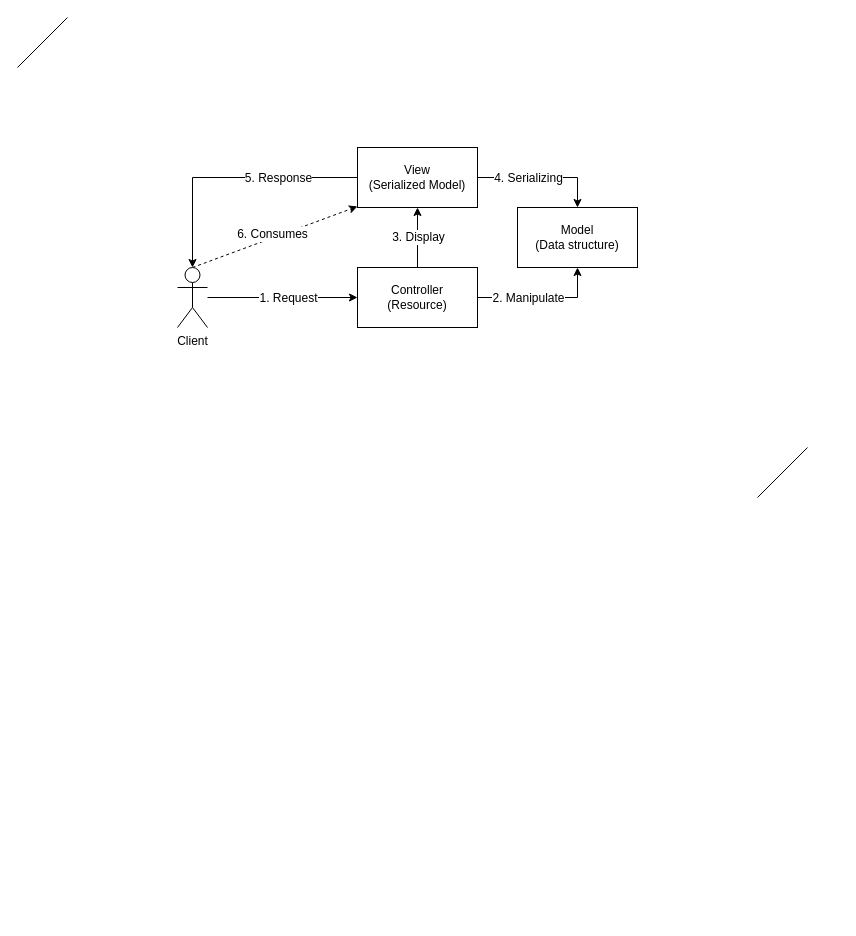
Above: page "Web APIs" (1 of 5) of Diagrams/MVC, View Model, Web API, and DTO.drawio in PacktPublishing/Architecting-ASP.NET-Core-Applications-3E (draw.io), before the change. Source tidied: cells renumbered, new cells numbered last; positions are measured from the earlier drawing's top-left corner, leaving out a move shared by most shapes. Both pictures are drawn from the tidied source at 100%, with x=0, y=0 at pixel (17, 17).
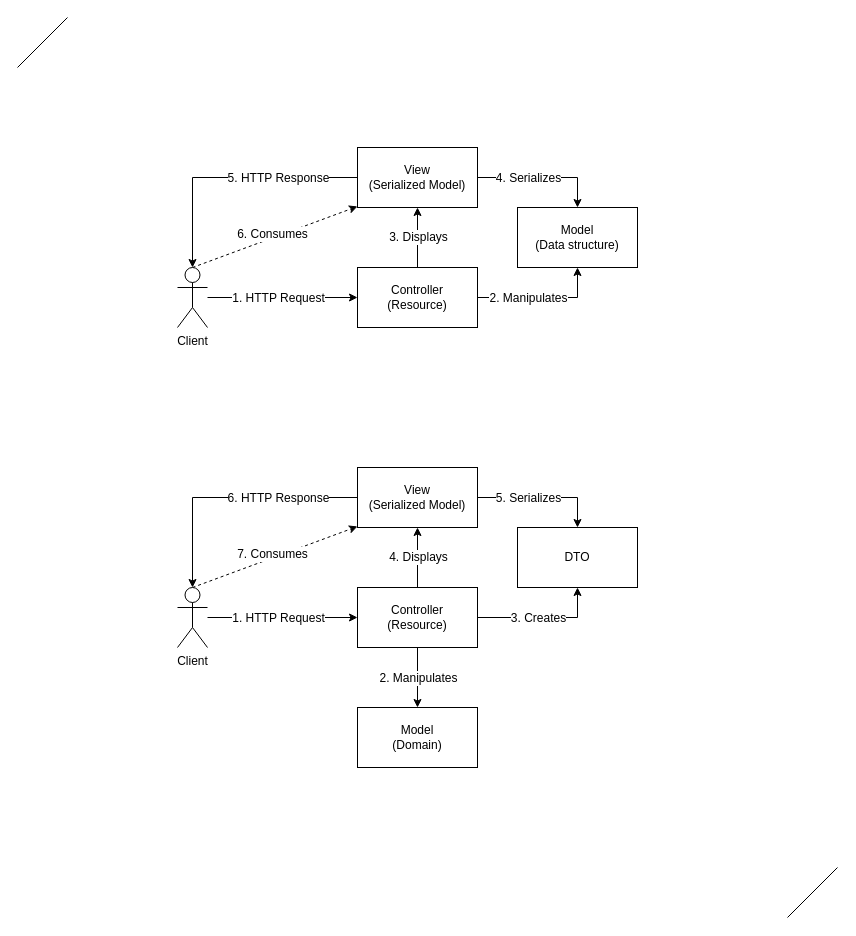
The same diagram, later.

Commit message (it also covers changes not shown here):
Update Web API diagrams

The change refers to these unchanged cells:
```xml
<mxCell id="3" style="edgeStyle=orthogonalEdgeStyle;rounded=0;html=1;jettySize=auto;" parent="1" edge="1" source="7" target="17">
  <mxGeometry relative="1" as="geometry" />
</mxCell>
<mxCell id="5" style="edgeStyle=orthogonalEdgeStyle;rounded=0;html=1;entryX=0.5;entryY=1;jettySize=auto;" parent="1" edge="1" source="7" target="2">
  <mxGeometry relative="1" as="geometry" />
</mxCell>
<mxCell id="8" style="edgeStyle=orthogonalEdgeStyle;rounded=0;html=1;jettySize=auto;" parent="1" edge="1" source="12" target="7">
  <mxGeometry relative="1" as="geometry" />
</mxCell>
<mxCell id="13" style="edgeStyle=orthogonalEdgeStyle;rounded=0;html=1;entryX=0.5;entryY=0;entryPerimeter=0;jettySize=auto;" parent="1" edge="1" source="17" target="12">
  <mxGeometry relative="1" as="geometry" />
</mxCell>
<mxCell id="15" style="edgeStyle=orthogonalEdgeStyle;rounded=0;html=1;entryX=0.5;entryY=0;jettySize=auto;" parent="1" edge="1" source="17" target="2">
  <mxGeometry relative="1" as="geometry" />
</mxCell>
```

The edit, as a diff of the source:
```diff
@@
-    <mxCell id="4" value="3. Display" style="text;html=1;align=center;verticalAlign=middle;labelBackgroundColor=default;fontColor=default;" parent="3" vertex="1">
+    <mxCell id="4" value="3. Displays" style="text;html=1;align=center;verticalAlign=middle;labelBackgroundColor=default;fontColor=default;" parent="3" vertex="1">
       <mxGeometry x="-0.15" relative="1" as="geometry">
         <mxPoint y="-4.5" as="offset" />
       </mxGeometry>
     </mxCell>
@@
-    <mxCell id="6" value="2. Manipulate" style="text;html=1;align=center;verticalAlign=middle;labelBackgroundColor=default;fontColor=default;" parent="5" vertex="1">
+    <mxCell id="6" value="2. Manipulates" style="text;html=1;align=center;verticalAlign=middle;labelBackgroundColor=default;fontColor=default;" parent="5" vertex="1">
       <mxGeometry x="0.08" y="-2" relative="1" as="geometry">
         <mxPoint x="-20" y="-2" as="offset" />
       </mxGeometry>
     </mxCell>
@@
-    <mxCell id="9" value="1. Request" style="text;html=1;align=center;verticalAlign=middle;labelBackgroundColor=default;fontColor=default;" parent="8" vertex="1">
+    <mxCell id="9" value="1. HTTP Request" style="text;html=1;align=center;verticalAlign=middle;labelBackgroundColor=default;fontColor=default;" parent="8" vertex="1">
       <mxGeometry x="-0.13" y="-1" relative="1" as="geometry">
-        <mxPoint x="15" y="-1" as="offset" />
+        <mxPoint x="5" y="-1" as="offset" />
       </mxGeometry>
     </mxCell>
@@
-    <mxCell id="14" value="5. Response" style="text;html=1;align=center;verticalAlign=middle;labelBackgroundColor=default;fontColor=default;" parent="13" vertex="1">
+    <mxCell id="14" value="5. HTTP Response" style="text;html=1;align=center;verticalAlign=middle;labelBackgroundColor=default;fontColor=default;" parent="13" vertex="1">
       <mxGeometry x="0.08" y="2" relative="1" as="geometry">
         <mxPoint x="58" y="-2" as="offset" />
       </mxGeometry>
     </mxCell>
@@
-    <mxCell id="16" value="4. Serializing" style="text;html=1;align=center;verticalAlign=middle;labelBackgroundColor=default;fontColor=default;" parent="15" vertex="1">
+    <mxCell id="16" value="4. Serializes" style="text;html=1;align=center;verticalAlign=middle;labelBackgroundColor=default;fontColor=default;" parent="15" vertex="1">
       <mxGeometry x="-0.46" y="-1" relative="1" as="geometry">
         <mxPoint x="15" y="-1" as="offset" />
       </mxGeometry>
     </mxCell>
@@
     <mxCell id="19" style="endArrow=none;html=1;fontColor=default;" parent="1" edge="1">
       <mxGeometry relative="1" as="geometry">
-        <mxPoint x="740" y="480" as="sourcePoint" />
-        <mxPoint x="790" y="430" as="targetPoint" />
+        <mxPoint x="770" y="900" as="sourcePoint" />
+        <mxPoint x="820" y="850" as="targetPoint" />
       </mxGeometry>
     </mxCell>
+    <mxCell id="20" value="DTO&lt;br&gt;" style="rounded=0;whiteSpace=wrap;html=1;" parent="1" vertex="1">
+      <mxGeometry x="500" y="510" width="120" height="60" as="geometry" />
+    </mxCell>
+    <mxCell id="21" style="edgeStyle=orthogonalEdgeStyle;rounded=0;html=1;jettySize=auto;fontColor=default;labelBackgroundColor=default;" parent="1" edge="1" source="27" target="37">
+      <mxGeometry relative="1" as="geometry" />
+    </mxCell>
+    <mxCell id="22" value="4. Displays" style="text;html=1;align=center;verticalAlign=middle;labelBackgroundColor=default;fontColor=default;" parent="21" vertex="1">
+      <mxGeometry x="-0.15" relative="1" as="geometry">
+        <mxPoint y="-4.5" as="offset" />
+      </mxGeometry>
+    </mxCell>
+    <mxCell id="23" style="edgeStyle=orthogonalEdgeStyle;rounded=0;html=1;entryX=0.5;entryY=1;jettySize=auto;fontColor=default;labelBackgroundColor=default;" parent="1" edge="1" source="27" target="20">
+      <mxGeometry relative="1" as="geometry" />
+    </mxCell>
+    <mxCell id="24" value="3. Creates" style="text;html=1;align=center;verticalAlign=middle;labelBackgroundColor=default;fontColor=default;" parent="23" vertex="1">
+      <mxGeometry x="0.08" y="-2" relative="1" as="geometry">
+        <mxPoint x="-10" y="-2" as="offset" />
+      </mxGeometry>
+    </mxCell>
+    <mxCell id="25" style="edgeStyle=orthogonalEdgeStyle;rounded=0;html=1;jettySize=auto;fontColor=default;labelBackgroundColor=default;" parent="1" edge="1" source="27" target="38">
+      <mxGeometry relative="1" as="geometry" />
+    </mxCell>
+    <mxCell id="26" value="2. Manipulates" style="text;html=1;align=center;verticalAlign=middle;labelBackgroundColor=default;fontColor=default;" parent="25" vertex="1">
+      <mxGeometry x="-0.19" y="29" relative="1" as="geometry">
+        <mxPoint x="-29" y="6" as="offset" />
+      </mxGeometry>
+    </mxCell>
+    <mxCell id="27" value="Controller&lt;br&gt;(Resource)&lt;br&gt;" style="rounded=0;whiteSpace=wrap;html=1;" parent="1" vertex="1">
+      <mxGeometry x="340" y="570" width="120" height="60" as="geometry" />
+    </mxCell>
+    <mxCell id="28" style="edgeStyle=orthogonalEdgeStyle;rounded=0;html=1;jettySize=auto;fontColor=default;labelBackgroundColor=default;" parent="1" edge="1" source="32" target="27">
+      <mxGeometry relative="1" as="geometry" />
+    </mxCell>
+    <mxCell id="29" value="1. HTTP Request" style="text;html=1;align=center;verticalAlign=middle;labelBackgroundColor=default;fontColor=default;" parent="28" vertex="1">
+      <mxGeometry x="-0.13" y="-1" relative="1" as="geometry">
+        <mxPoint x="5" y="-1" as="offset" />
+      </mxGeometry>
+    </mxCell>
+    <mxCell id="30" style="rounded=0;html=1;exitX=0.5;exitY=0;exitPerimeter=0;entryX=0;entryY=0.983;entryPerimeter=0;jettySize=auto;dashed=1;fontColor=default;labelBackgroundColor=default;" parent="1" edge="1" source="32" target="37">
+      <mxGeometry relative="1" as="geometry" />
+    </mxCell>
+    <mxCell id="31" value="7. Consumes" style="text;html=1;align=center;verticalAlign=middle;labelBackgroundColor=default;fontColor=default;" parent="30" vertex="1">
+      <mxGeometry x="-0.26" y="-1" relative="1" as="geometry">
+        <mxPoint x="18.5" y="-12" as="offset" />
+      </mxGeometry>
+    </mxCell>
+    <mxCell id="32" value="Client" style="shape=umlActor;verticalLabelPosition=bottom;labelBackgroundColor=default;verticalAlign=top;html=1;fontColor=default;" parent="1" vertex="1">
+      <mxGeometry x="160" y="570" width="30" height="60" as="geometry" />
+    </mxCell>
+    <mxCell id="33" style="edgeStyle=orthogonalEdgeStyle;rounded=0;html=1;entryX=0.5;entryY=0;entryPerimeter=0;jettySize=auto;fontColor=default;labelBackgroundColor=default;" parent="1" edge="1" source="37" target="32">
+      <mxGeometry relative="1" as="geometry" />
+    </mxCell>
+    <mxCell id="34" value="6. HTTP Response" style="text;html=1;align=center;verticalAlign=middle;labelBackgroundColor=default;fontColor=default;" parent="33" vertex="1">
+      <mxGeometry x="0.08" y="2" relative="1" as="geometry">
+        <mxPoint x="58" y="-2" as="offset" />
+      </mxGeometry>
+    </mxCell>
+    <mxCell id="35" style="edgeStyle=orthogonalEdgeStyle;rounded=0;html=1;entryX=0.5;entryY=0;jettySize=auto;fontColor=default;labelBackgroundColor=default;" parent="1" edge="1" source="37" target="20">
+      <mxGeometry relative="1" as="geometry" />
+    </mxCell>
+    <mxCell id="36" value="5. Serializes" style="text;html=1;align=center;verticalAlign=middle;labelBackgroundColor=default;fontColor=default;" parent="35" vertex="1">
+      <mxGeometry x="-0.46" y="-1" relative="1" as="geometry">
+        <mxPoint x="15" y="-1" as="offset" />
+      </mxGeometry>
+    </mxCell>
+    <mxCell id="37" value="&lt;span style=&quot;&quot;&gt;View&lt;/span&gt;&lt;br style=&quot;&quot;&gt;&lt;span style=&quot;&quot;&gt;(Serialized Model)&lt;/span&gt;" style="rounded=0;html=1;fontColor=default;labelBackgroundColor=none;labelBorderColor=none;whiteSpace=wrap;fillColor=default;strokeColor=default;" parent="1" vertex="1">
+      <mxGeometry x="340" y="450" width="120" height="60" as="geometry" />
+    </mxCell>
+    <mxCell id="38" value="Model&lt;br&gt;(Domain)&lt;br&gt;" style="rounded=0;whiteSpace=wrap;html=1;" parent="1" vertex="1">
+      <mxGeometry x="340" y="690" width="120" height="60" as="geometry" />
+    </mxCell>
```
